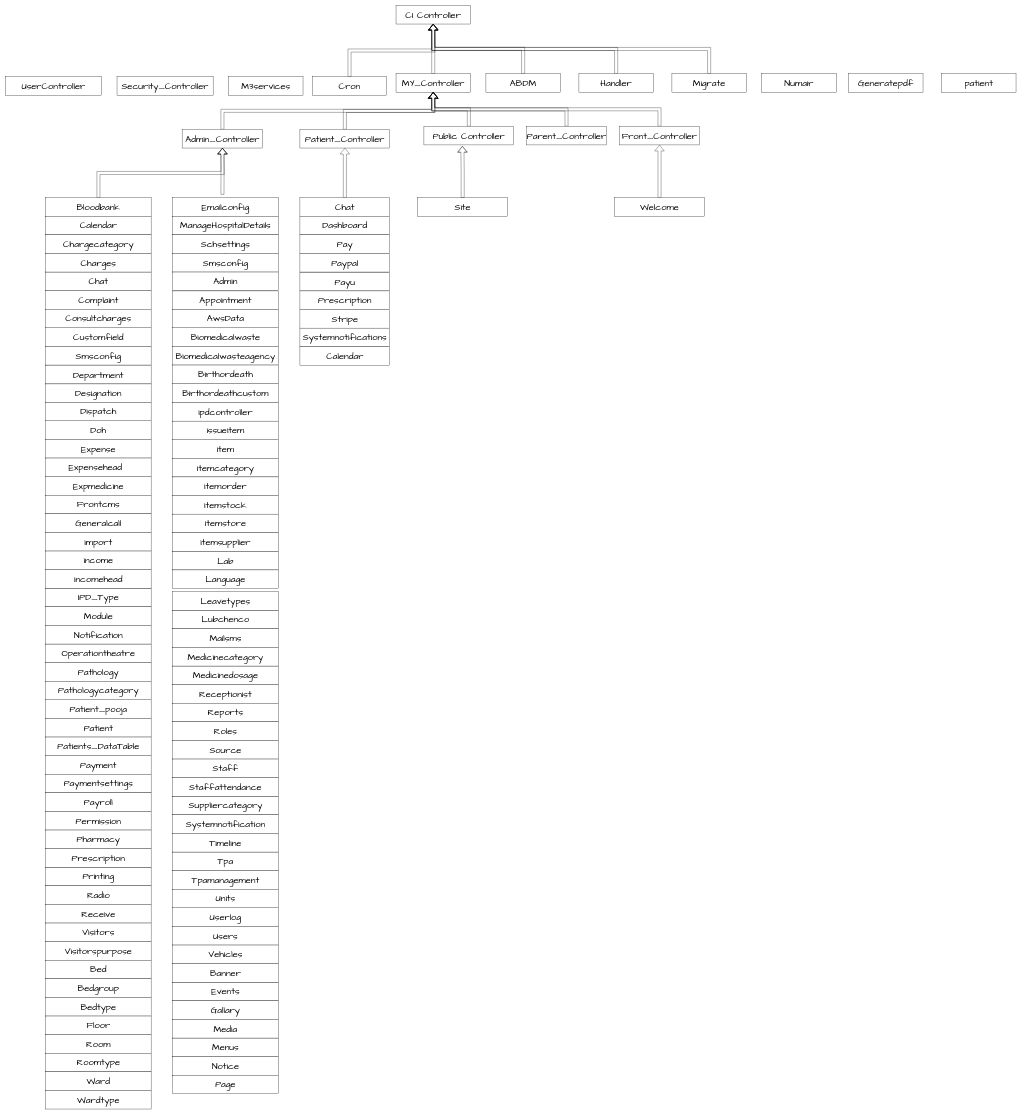
The draw.io diagram controller_flow.drawio in dhavalrohit/flowcharts, before the edit. Source tidied: cells renumbered, new cells numbered last; positions are measured from the earlier drawing's top-left corner, leaving out a move shared by most shapes. Both pictures are drawn from the tidied source at 31%, with x=0, y=0 at pixel (5, 5).
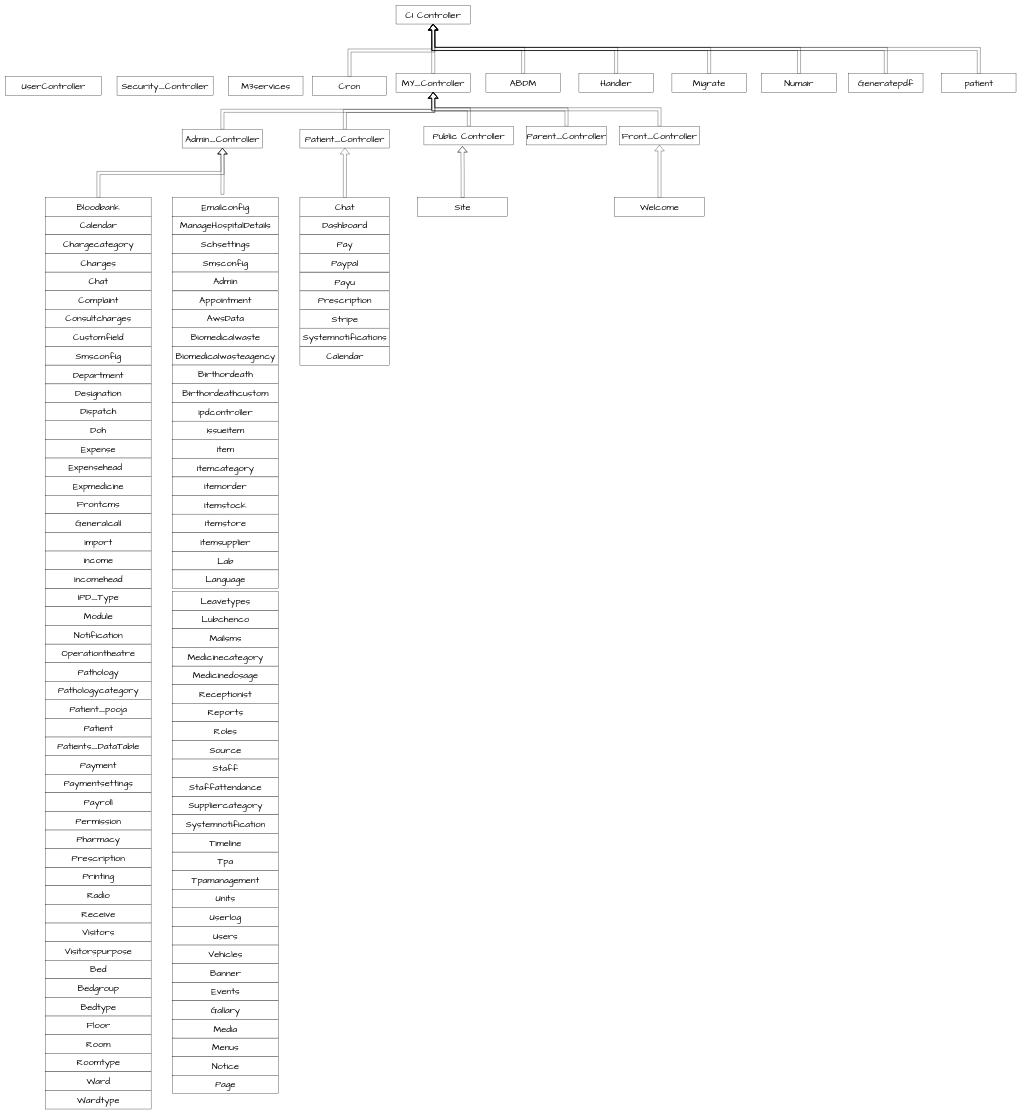
The same diagram, later.

The change refers to these unchanged cells:
```xml
<mxCell id="140" value="&lt;font style=&quot;font-size: 30px;&quot; face=&quot;Comic Sans MS&quot;&gt;Numair&lt;/font&gt;" style="rounded=0;whiteSpace=wrap;html=1;" parent="1" vertex="1">
  <mxGeometry x="2440" y="220" width="240" height="60" as="geometry" />
</mxCell>
<mxCell id="143" value="&lt;font style=&quot;font-size: 30px;&quot; face=&quot;Comic Sans MS&quot;&gt;Generatepdf&lt;/font&gt;" style="rounded=0;whiteSpace=wrap;html=1;" parent="1" vertex="1">
  <mxGeometry x="2720" y="220" width="240" height="60" as="geometry" />
</mxCell>
<mxCell id="144" value="&lt;font style=&quot;font-size: 30px;&quot; face=&quot;Comic Sans MS&quot;&gt;patient&lt;/font&gt;" style="rounded=0;whiteSpace=wrap;html=1;" parent="1" vertex="1">
  <mxGeometry x="3020" y="220" width="240" height="60" as="geometry" />
</mxCell>
```

The edit, as a diff of the source:
```diff
@@
+    <mxCell id="145" style="edgeStyle=orthogonalEdgeStyle;shape=flexArrow;rounded=0;jettySize=auto;html=1;exitX=0.5;exitY=0;exitDx=0;exitDy=0;" parent="1" edge="1" source="140">
+      <mxGeometry relative="1" as="geometry">
+        <mxPoint x="1380" y="60" as="targetPoint" />
+      </mxGeometry>
+    </mxCell>
@@
+    <mxCell id="146" style="edgeStyle=orthogonalEdgeStyle;shape=flexArrow;rounded=0;jettySize=auto;html=1;exitX=0.5;exitY=0;exitDx=0;exitDy=0;" parent="1" edge="1" source="143">
+      <mxGeometry relative="1" as="geometry">
+        <mxPoint x="1380" y="60" as="targetPoint" />
+      </mxGeometry>
+    </mxCell>
@@
+    <mxCell id="147" style="edgeStyle=orthogonalEdgeStyle;shape=flexArrow;rounded=0;jettySize=auto;html=1;exitX=0.5;exitY=0;exitDx=0;exitDy=0;" parent="1" edge="1" source="144">
+      <mxGeometry relative="1" as="geometry">
+        <mxPoint x="1380" y="60" as="targetPoint" />
+      </mxGeometry>
+    </mxCell>
```
